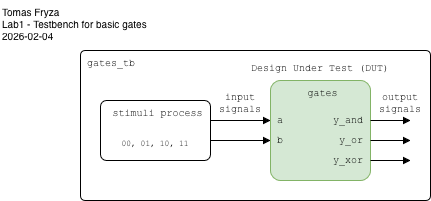
Above: lab1-gates/images/testbench.png in j-sikula/vhdl-course (draw.io), before the change. Source tidied: cells renumbered, new cells last; positions are measured from the earlier drawing's top-left corner, leaving out a move shared by most shapes.
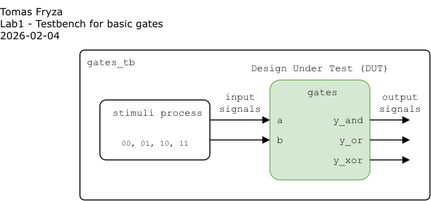
The same file after the commit.

Diff of the diagram source:
```diff
@@ -68,7 +68,7 @@
     <mxCell id="18" value="&lt;font style=&quot;font-size: 8px;&quot;&gt;00, 01, 10, 11&lt;/font&gt;" style="text;html=1;align=center;verticalAlign=middle;whiteSpace=wrap;rounded=0;fontFamily=Courier New;fontSize=10;fillOpacity=100;spacing=2;spacingLeft=0;" parent="1" vertex="1">
       <mxGeometry x="110" y="130" width="90" height="25" as="geometry" />
     </mxCell>
-    <mxCell id="19" value="&lt;div&gt;Tomas Fryza&lt;/div&gt;&lt;div&gt;Lab1 - Testbench for basic gates&lt;/div&gt;&lt;div&gt;2026-02-04&lt;/div&gt;" style="text;html=1;align=left;verticalAlign=top;whiteSpace=wrap;rounded=0;fontFamily=Helvetica;fontSize=10;fillOpacity=100;spacing=2;spacingLeft=0;" parent="1" vertex="1">
+    <mxCell id="19" value="&lt;div&gt;Tomas Fryza&lt;/div&gt;&lt;div&gt;Lab1 - Testbench for basic gates&lt;/div&gt;&lt;div&gt;2026-02-04&lt;/div&gt;" style="text;html=1;align=left;verticalAlign=top;whiteSpace=wrap;rounded=0;fontFamily=Verdana;fontSize=10;fillOpacity=100;spacing=0;spacingLeft=0;labelPosition=center;verticalLabelPosition=middle;" parent="1" vertex="1">
       <mxGeometry width="170" height="50" as="geometry" />
     </mxCell>
   </root>
```
